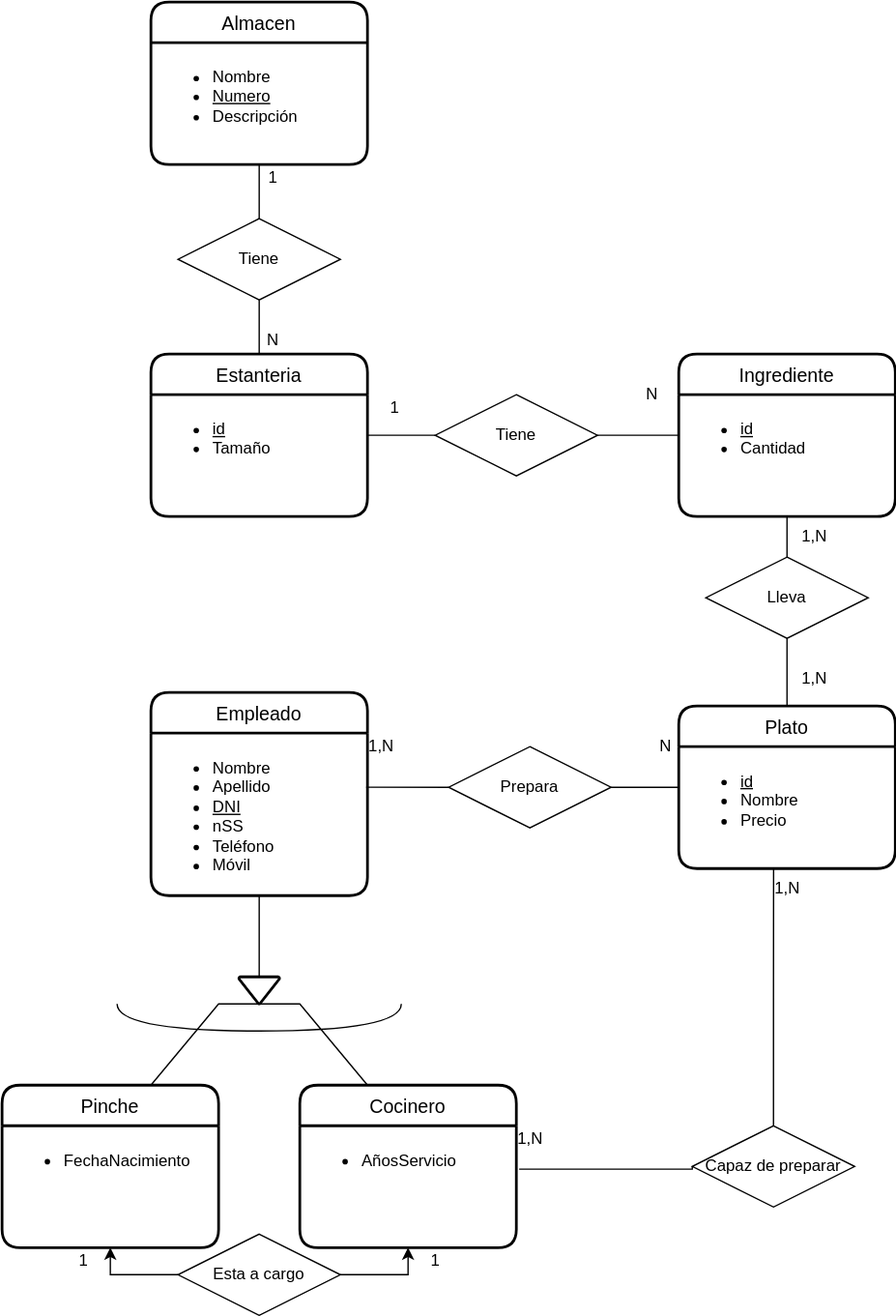
The draw.io diagram UD12-13.svg in Jimxx22/C3-UD11-UML, before a commit. Source tidied: cells renumbered, new cells last; positions are measured from the earlier drawing's top-left corner, leaving out a move shared by most shapes.
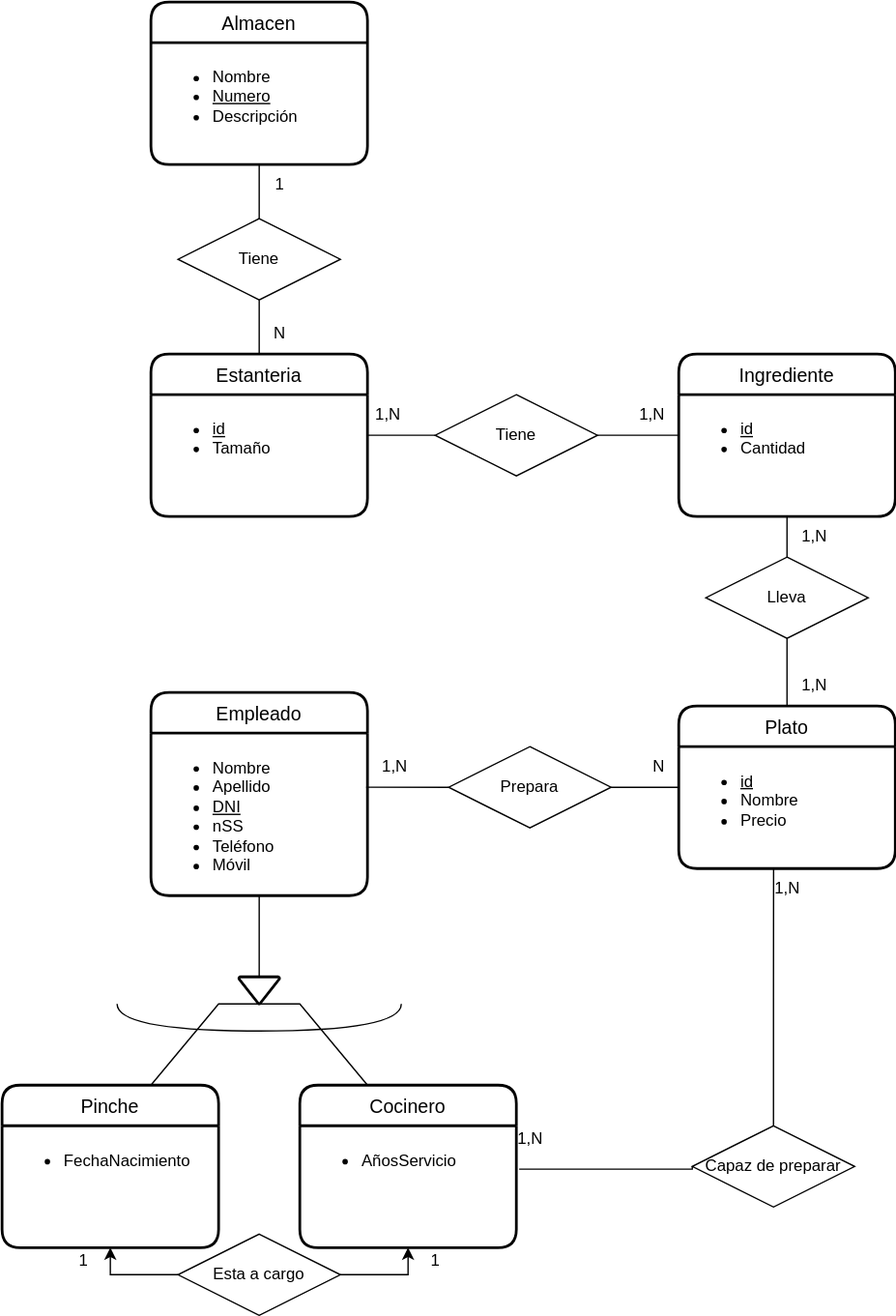
Above is the later version.

Diff of the diagram source:
```diff
@@ -99,29 +99,37 @@
     <mxCell id="32" style="endArrow=none;html=1;rounded=0;labelBackgroundColor=none;entryX=0;entryY=0.5;entryDx=0;entryDy=0;exitX=1;exitY=0.333;exitDx=0;exitDy=0;exitPerimeter=0;" parent="1" edge="1" source="15" target="20">
       <mxGeometry relative="1" as="geometry" />
     </mxCell>
+    <mxCell id="51" style="edgeStyle=orthogonalEdgeStyle;rounded=0;jettySize=auto;html=1;labelBackgroundColor=none;endArrow=none;endFill=0;" parent="1" edge="1" source="33" target="17">
+      <mxGeometry relative="1" as="geometry">
+        <Array as="points">
+          <mxPoint x="200" y="120" />
+          <mxPoint x="200" y="120" />
+        </Array>
+      </mxGeometry>
+    </mxCell>
     <mxCell id="33" value="1" style="text;html=1;align=center;verticalAlign=middle;points=[];strokeColor=none;fillColor=none;" parent="1" vertex="1">
-      <mxGeometry x="185" y="115" width="30" height="30" as="geometry" />
+      <mxGeometry x="190" y="120" width="30" height="30" as="geometry" />
     </mxCell>
     <mxCell id="34" value="N" style="text;html=1;align=center;verticalAlign=middle;strokeColor=none;fillColor=none;" parent="1" vertex="1">
-      <mxGeometry x="185" y="235" width="30" height="30" as="geometry" />
+      <mxGeometry x="190" y="230" width="30" height="30" as="geometry" />
     </mxCell>
-    <mxCell id="35" value="1" style="text;html=1;align=center;verticalAlign=middle;strokeColor=none;fillColor=none;" parent="1" vertex="1">
-      <mxGeometry x="275" y="285" width="30" height="30" as="geometry" />
+    <mxCell id="35" value="1,N" style="text;html=1;align=center;verticalAlign=middle;strokeColor=none;fillColor=none;" parent="1" vertex="1">
+      <mxGeometry x="265" y="290" width="40" height="30" as="geometry" />
     </mxCell>
-    <mxCell id="36" value="N" style="text;html=1;align=center;verticalAlign=middle;strokeColor=none;fillColor=none;" parent="1" vertex="1">
-      <mxGeometry x="465" y="275" width="30" height="30" as="geometry" />
+    <mxCell id="36" value="1,N" style="text;html=1;align=center;verticalAlign=middle;strokeColor=none;fillColor=none;" parent="1" vertex="1">
+      <mxGeometry x="460" y="290" width="40" height="30" as="geometry" />
     </mxCell>
     <mxCell id="37" value="1,N" style="text;html=1;align=center;verticalAlign=middle;strokeColor=none;fillColor=none;" parent="1" vertex="1">
-      <mxGeometry x="580" y="485" width="40" height="30" as="geometry" />
+      <mxGeometry x="580" y="490" width="40" height="30" as="geometry" />
     </mxCell>
     <mxCell id="38" value="1,N" style="text;html=1;align=center;verticalAlign=middle;strokeColor=none;fillColor=none;" parent="1" vertex="1">
       <mxGeometry x="580" y="380" width="40" height="30" as="geometry" />
     </mxCell>
     <mxCell id="39" value="N" style="text;html=1;align=center;verticalAlign=middle;strokeColor=none;fillColor=none;" parent="1" vertex="1">
-      <mxGeometry x="475" y="535" width="30" height="30" as="geometry" />
+      <mxGeometry x="470" y="550" width="30" height="30" as="geometry" />
     </mxCell>
     <mxCell id="40" value="1,N" style="text;html=1;align=center;verticalAlign=middle;strokeColor=none;fillColor=none;" parent="1" vertex="1">
-      <mxGeometry x="260" y="535" width="40" height="30" as="geometry" />
+      <mxGeometry x="270" y="550" width="40" height="30" as="geometry" />
     </mxCell>
     <mxCell id="41" style="rounded=0;jettySize=auto;html=1;exitX=0;exitY=0.5;exitDx=0;exitDy=0;entryX=0.5;entryY=1;entryDx=0;entryDy=0;strokeColor=default;edgeStyle=orthogonalEdgeStyle;" parent="1" edge="1" source="43" target="7">
       <mxGeometry relative="1" as="geometry" />
```
